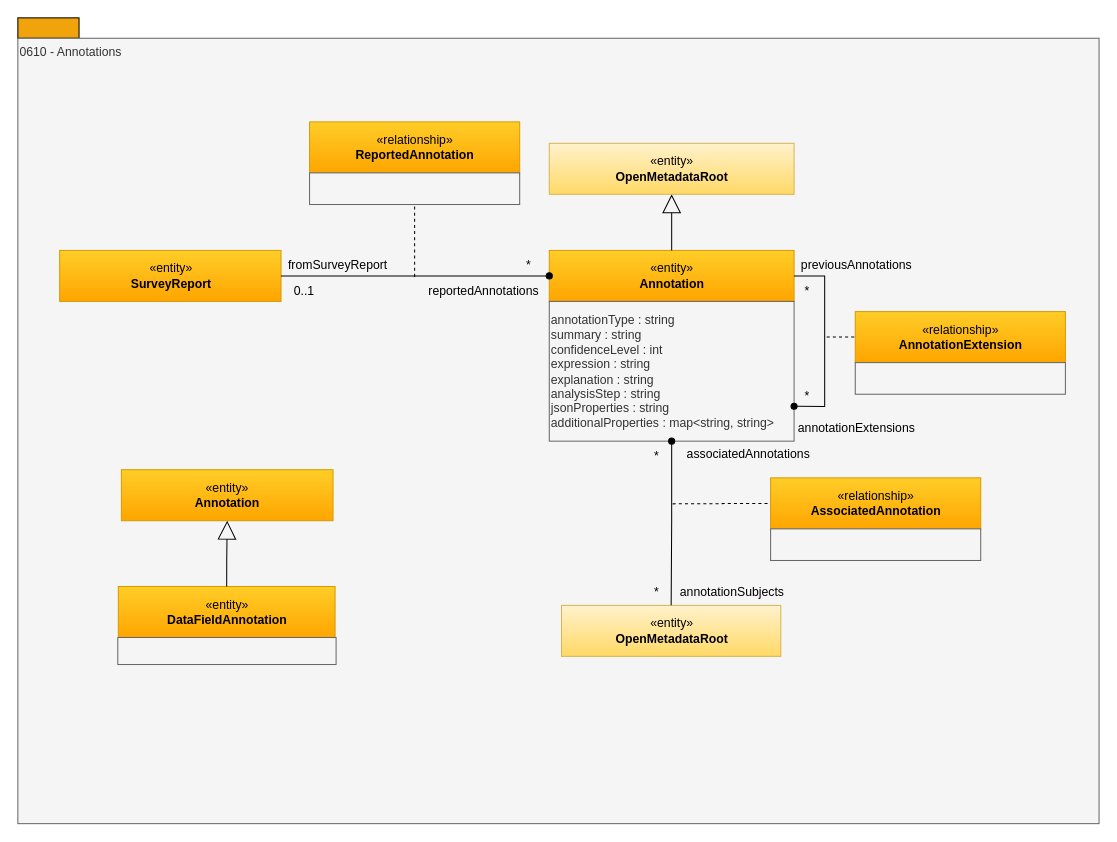
This is page "0610-Annotations" (3 of 14) of site/docs/types/6/area-6-discovery.drawio from odpi/egeria-docs, a draw.io file, before an edit. Source tidied: cells renumbered, new cells numbered last; positions are measured from the earlier drawing's top-left corner, leaving out a move shared by most shapes. Both pictures are drawn from the tidied source at 102%, with x=0, y=0 at pixel (17, 17).
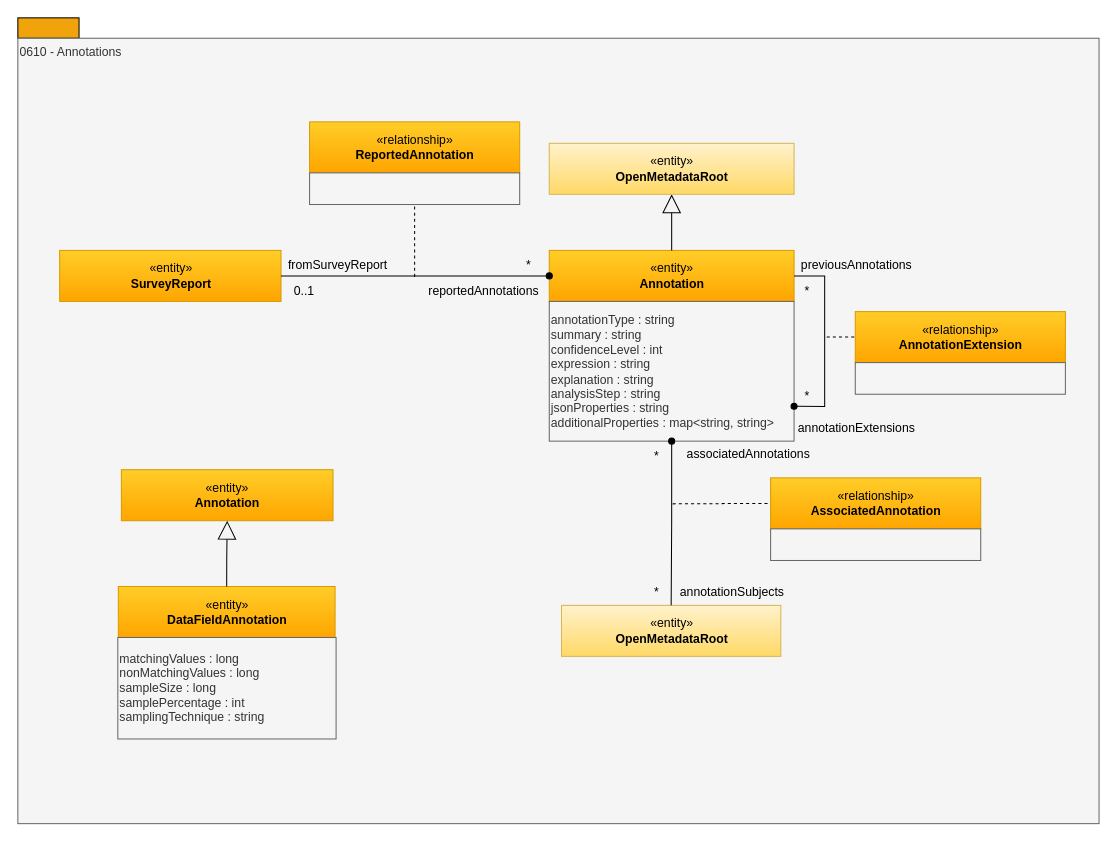
The same diagram, later.

What changed in the source:
```diff
@@
-    <mxCell id="35" style="rounded=0;whiteSpace=wrap;html=1;strokeColor=#666666;align=left;fillColor=#f5f5f5;fontColor=#333333;" parent="1" vertex="1">
-      <mxGeometry x="98" y="607.5" width="214" height="26.5" as="geometry" />
+    <mxCell id="35" value="&lt;div&gt;matchingValues : long&lt;/div&gt;&lt;div&gt;nonMatchingValues : long&lt;/div&gt;&lt;div&gt;sampleSize : long&lt;/div&gt;&lt;div&gt;samplePercentage : int&lt;/div&gt;&lt;div&gt;samplingTechnique : string&lt;/div&gt;" style="rounded=0;whiteSpace=wrap;html=1;strokeColor=#666666;align=left;fillColor=#f5f5f5;fontColor=#333333;" parent="1" vertex="1">
+      <mxGeometry x="98" y="607.5" width="214" height="99.5" as="geometry" />
     </mxCell>
```
